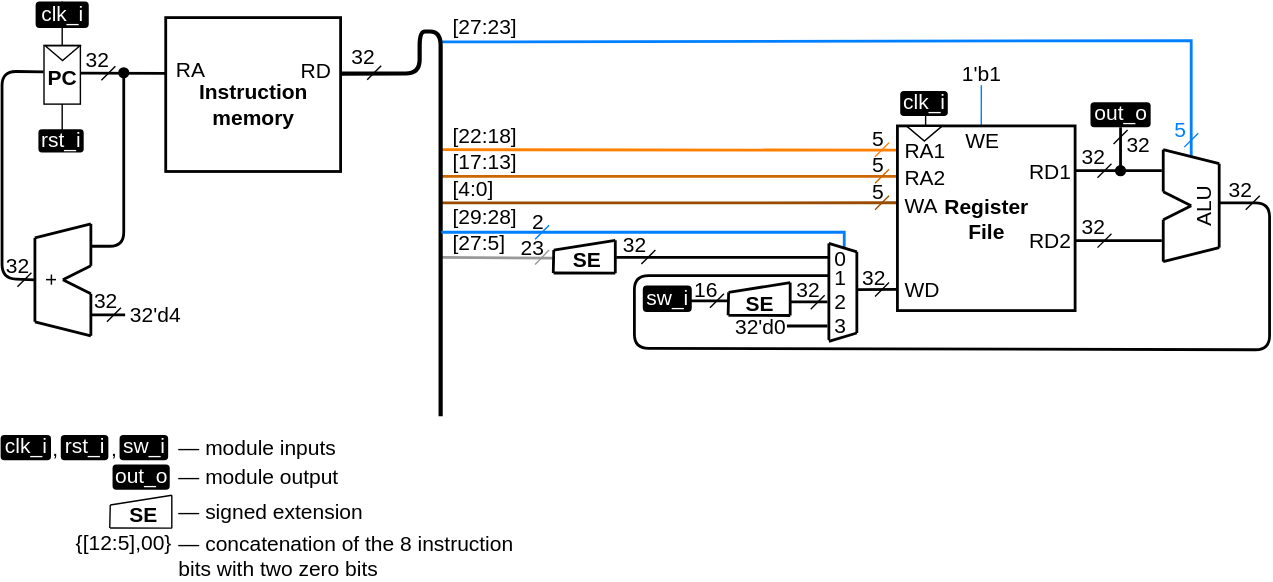
This is .pic/Labs/lab_04_cybercobra/ppd_3.drawio.svg from MPSU/APS, a draw.io export, as it was before one commit. Source tidied: cells renumbered, new cells last; positions are measured from the earlier drawing's top-left corner, leaving out a move shared by most shapes.
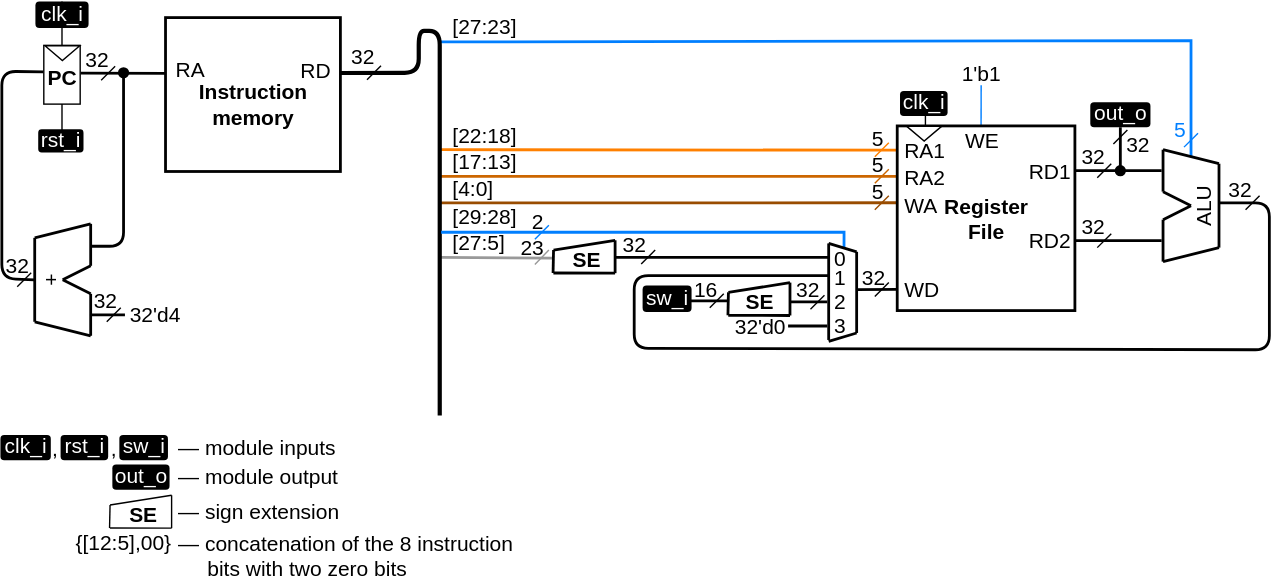
Later version of the same file.

Diff of the diagram source:
```diff
@@ -348,13 +348,13 @@
     <mxCell id="75" value="&lt;font style=&quot;font-size: 15px;&quot;&gt;&lt;b style=&quot;font-size: 15px;&quot;&gt;SE&lt;/b&gt;&lt;/font&gt;" style="text;html=1;strokeColor=none;fillColor=none;align=center;verticalAlign=bottom;whiteSpace=wrap;rounded=0;fontSize=15;fontColor=#000000;comic=0;jiggle=0.5;" parent="70" vertex="1">
       <mxGeometry y="1.8" width="48" height="23.5" as="geometry" />
     </mxCell>
-    <mxCell id="76" value="— signed extension" style="text;html=1;strokeColor=none;fillColor=none;align=left;verticalAlign=middle;whiteSpace=wrap;rounded=0;spacing=0;fontSize=15;" parent="1" vertex="1">
+    <mxCell id="76" value="— sign extension" style="text;html=1;strokeColor=none;fillColor=none;align=left;verticalAlign=middle;whiteSpace=wrap;rounded=0;spacing=0;fontSize=15;" parent="1" vertex="1">
       <mxGeometry x="126.5" y="355" width="226.5" height="18" as="geometry" />
     </mxCell>
     <mxCell id="77" value="&lt;font style=&quot;font-size: 15px;&quot;&gt;{[12:5],00}&lt;/font&gt;" style="text;html=1;strokeColor=none;fillColor=none;align=right;verticalAlign=bottom;whiteSpace=wrap;rounded=0;spacing=0;fontSize=15;" parent="1" vertex="1">
       <mxGeometry x="78" y="384" width="44" height="12" as="geometry" />
     </mxCell>
-    <mxCell id="78" value="&lt;div style=&quot;&quot;&gt;—&amp;nbsp;&lt;span style=&quot;background-color: transparent;&quot;&gt;concatenation of the 8 instruction bits with two zero bits&lt;/span&gt;&lt;/div&gt;" style="text;html=1;strokeColor=none;fillColor=none;align=left;verticalAlign=middle;whiteSpace=wrap;rounded=0;spacing=0;fontSize=15;" parent="1" vertex="1">
+    <mxCell id="78" value="&lt;div style=&quot;&quot;&gt;—&amp;nbsp;&lt;span style=&quot;background-color: transparent;&quot;&gt;concatenation of the 8 instruction&amp;nbsp; &amp;nbsp; &amp;nbsp; &amp;nbsp; &amp;nbsp;bits with two zero bits&lt;/span&gt;&lt;/div&gt;" style="text;html=1;strokeColor=none;fillColor=none;align=left;verticalAlign=middle;whiteSpace=wrap;rounded=0;spacing=0;fontSize=15;" parent="1" vertex="1">
       <mxGeometry x="126.5" y="387" width="256.5" height="18" as="geometry" />
     </mxCell>
     <mxCell id="79" value="2" style="text;html=1;strokeColor=none;fillColor=none;align=center;verticalAlign=middle;whiteSpace=wrap;rounded=0;fontSize=15;fontColor=#000000;comic=0;jiggle=0.5;" parent="1" vertex="1">
```
